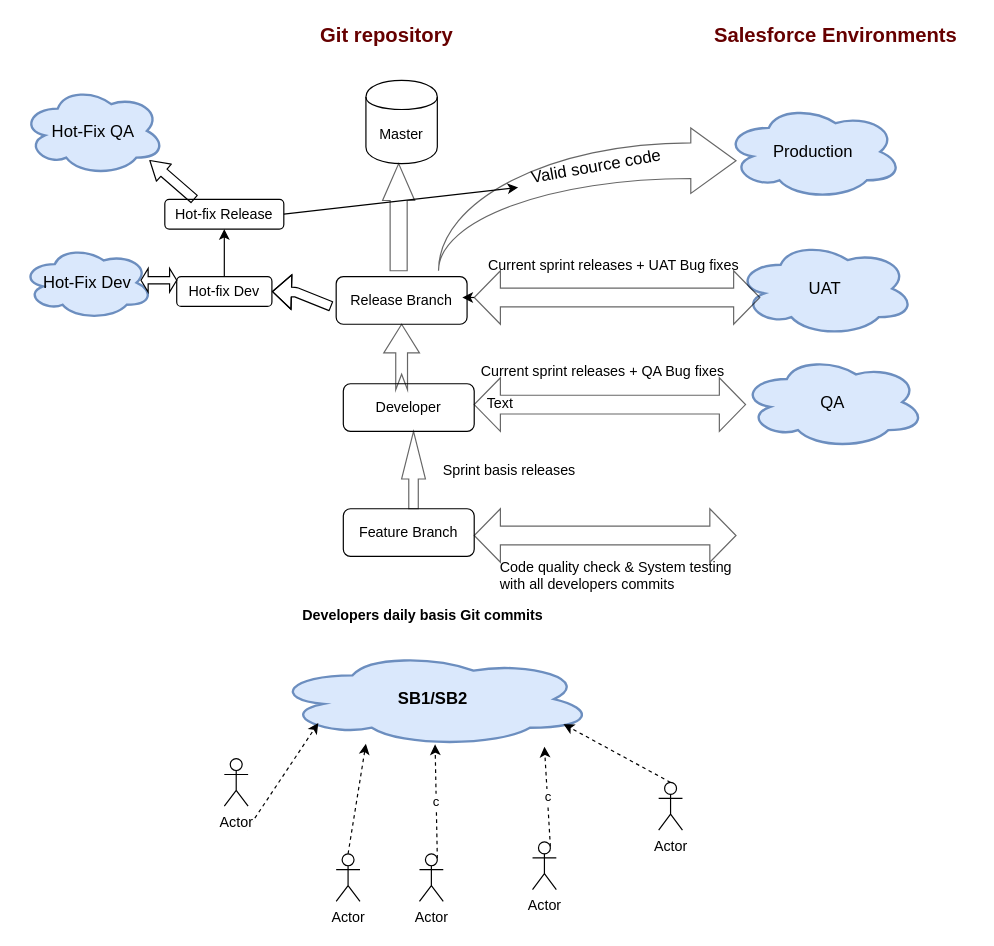
Earlier version of the draw.io diagram config/Current_Development.drawio (RatnaKumarMukiri/WILEY-PLM). Source tidied: cells renumbered, new cells numbered last; positions are measured from the earlier drawing's top-left corner, leaving out a move shared by most shapes. Both pictures are drawn from the tidied source at 119%, with x=0, y=0 at pixel (21, 20).
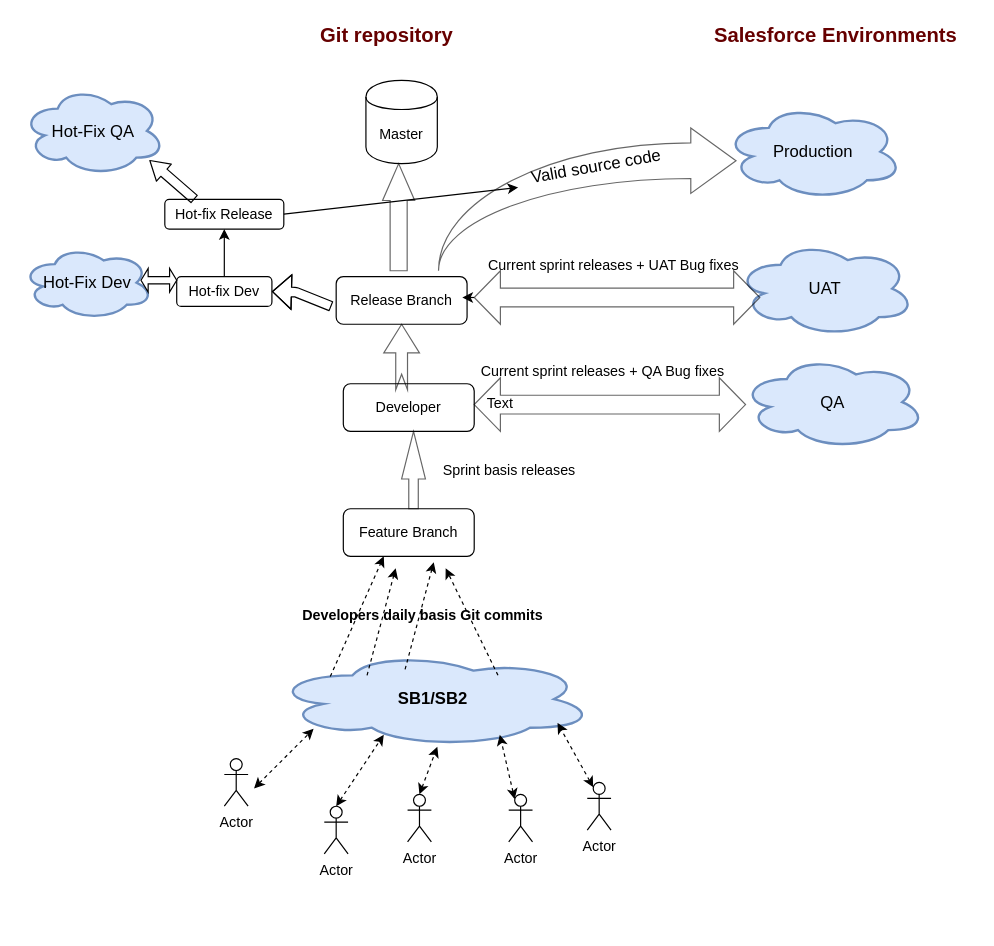
After the change.

The change refers to these unchanged cells:
```xml
<mxCell id="24" value="&lt;b&gt;SB1/SB2&lt;/b&gt;" style="ellipse;shape=cloud;strokeWidth=2;fontSize=14;whiteSpace=wrap;html=1;align=center;fillColor=#dae8fc;strokeColor=#6c8ebf;" parent="1" vertex="1">
  <mxGeometry x="210" y="530" width="271" height="80" as="geometry" />
</mxCell>
```

The edit, as a diff of the source:
```diff
@@
-    <mxCell id="25" style="html=1;shadow=0;dashed=0;align=center;verticalAlign=middle;shape=mxgraph.arrows2.twoWayArrow;dy=0.65;dx=22;rounded=0;strokeWidth=1;fillColor=none;opacity=60;" parent="1" vertex="1">
-      <mxGeometry x="380" y="410" width="220" height="45" as="geometry" />
-    </mxCell>
-    <mxCell id="26" value="Code quality check &amp;amp; System testing &lt;br&gt;with all developers commits" style="text;html=1;align=left;verticalAlign=top;spacingTop=-4;" parent="1" vertex="1">
-      <mxGeometry x="400" y="450" width="210" height="30" as="geometry" />
-    </mxCell>
@@
-    <mxCell id="36" style="endArrow=classic;html=1;entryX=0;entryY=0.75;entryDx=0;entryDy=0;dashed=1;" parent="1" edge="1">
-      <mxGeometry relative="1" as="geometry">
-        <mxPoint x="189" y="680" as="sourcePoint" />
-        <mxPoint x="249" y="590" as="targetPoint" />
-      </mxGeometry>
-    </mxCell>
-    <mxCell id="37" style="endArrow=classic;html=1;entryX=0;entryY=0.75;entryDx=0;entryDy=0;dashed=1;exitX=0.5;exitY=0;exitDx=0;exitDy=0;exitPerimeter=0;" parent="1" edge="1" source="41">
-      <mxGeometry relative="1" as="geometry">
-        <mxPoint x="289" y="607.5" as="targetPoint" />
-      </mxGeometry>
-    </mxCell>
-    <mxCell id="38" value="c" style="endArrow=classic;html=1;dashed=1;exitX=0.75;exitY=0.1;exitDx=0;exitDy=0;exitPerimeter=0;" parent="1" edge="1" source="43">
-      <mxGeometry relative="1" as="geometry">
-        <mxPoint x="439" y="610" as="targetPoint" />
-      </mxGeometry>
-    </mxCell>
-    <mxCell id="39" style="endArrow=classic;html=1;dashed=1;exitX=0.2;exitY=0.2;exitDx=0;exitDy=0;exitPerimeter=0;" parent="1" edge="1">
-      <mxGeometry relative="1" as="geometry">
-        <mxPoint x="545" y="640" as="sourcePoint" />
-        <mxPoint x="455" y="591" as="targetPoint" />
-      </mxGeometry>
-    </mxCell>
@@
     <mxCell id="41" value="Actor" style="shape=umlActor;verticalLabelPosition=bottom;labelBackgroundColor=#ffffff;verticalAlign=top;html=1;outlineConnect=0;" parent="1" vertex="1">
-      <mxGeometry x="264" y="700" width="20" height="40" as="geometry" />
+      <mxGeometry x="254" y="660" width="20" height="40" as="geometry" />
     </mxCell>
     <mxCell id="42" value="Actor" style="shape=umlActor;verticalLabelPosition=bottom;labelBackgroundColor=#ffffff;verticalAlign=top;html=1;outlineConnect=0;" parent="1" vertex="1">
-      <mxGeometry x="334" y="700" width="20" height="40" as="geometry" />
+      <mxGeometry x="324" y="650" width="20" height="40" as="geometry" />
     </mxCell>
     <mxCell id="43" value="Actor" style="shape=umlActor;verticalLabelPosition=bottom;labelBackgroundColor=#ffffff;verticalAlign=top;html=1;outlineConnect=0;" parent="1" vertex="1">
-      <mxGeometry x="429" y="690" width="20" height="40" as="geometry" />
+      <mxGeometry x="409" y="650" width="20" height="40" as="geometry" />
     </mxCell>
     <mxCell id="44" value="Actor" style="shape=umlActor;verticalLabelPosition=bottom;labelBackgroundColor=#ffffff;verticalAlign=top;html=1;outlineConnect=0;" parent="1" vertex="1">
-      <mxGeometry x="535" y="640" width="20" height="40" as="geometry" />
+      <mxGeometry x="475" y="640" width="20" height="40" as="geometry" />
     </mxCell>
-    <mxCell id="45" value="c" style="endArrow=classic;html=1;dashed=1;exitX=0.75;exitY=0.1;exitDx=0;exitDy=0;exitPerimeter=0;entryX=0.506;entryY=0.975;entryDx=0;entryDy=0;entryPerimeter=0;" parent="1" edge="1" source="42" target="24">
-      <mxGeometry relative="1" as="geometry" />
-    </mxCell>
+    <mxCell id="46" style="endArrow=classic;html=1;entryX=0;entryY=0.75;entryDx=0;entryDy=0;dashed=1;exitX=0.181;exitY=0.263;exitDx=0;exitDy=0;exitPerimeter=0;" parent="1" edge="1" source="24">
+      <mxGeometry relative="1" as="geometry">
+        <mxPoint x="304" y="450" as="targetPoint" />
+      </mxGeometry>
+    </mxCell>
+    <mxCell id="47" style="endArrow=classic;html=1;entryX=0;entryY=0.75;entryDx=0;entryDy=0;dashed=1;exitX=0.295;exitY=0.25;exitDx=0;exitDy=0;exitPerimeter=0;" parent="1" edge="1" source="24">
+      <mxGeometry relative="1" as="geometry">
+        <mxPoint x="314" y="460" as="targetPoint" />
+      </mxGeometry>
+    </mxCell>
+    <mxCell id="48" style="endArrow=classic;html=1;entryX=0;entryY=0.75;entryDx=0;entryDy=0;dashed=1;exitX=0.295;exitY=0.25;exitDx=0;exitDy=0;exitPerimeter=0;" parent="1" edge="1">
+      <mxGeometry relative="1" as="geometry">
+        <mxPoint x="321.9" y="545" as="sourcePoint" />
+        <mxPoint x="346" y="455" as="targetPoint" />
+      </mxGeometry>
+    </mxCell>
+    <mxCell id="49" style="endArrow=classic;html=1;dashed=1;exitX=0.701;exitY=0.25;exitDx=0;exitDy=0;exitPerimeter=0;" parent="1" edge="1" source="24">
+      <mxGeometry relative="1" as="geometry">
+        <mxPoint x="356" y="460" as="targetPoint" />
+      </mxGeometry>
+    </mxCell>
+    <mxCell id="50" style="endArrow=classic;startArrow=classic;html=1;dashed=1;" parent="1" edge="1">
+      <mxGeometry relative="1" as="geometry">
+        <mxPoint x="195" y="645" as="sourcePoint" />
+        <mxPoint x="245" y="595" as="targetPoint" />
+      </mxGeometry>
+    </mxCell>
+    <mxCell id="51" style="endArrow=classic;startArrow=classic;html=1;dashed=1;exitX=0.5;exitY=0;exitDx=0;exitDy=0;exitPerimeter=0;" parent="1" edge="1" source="41">
+      <mxGeometry relative="1" as="geometry">
+        <mxPoint x="304" y="600" as="targetPoint" />
+      </mxGeometry>
+    </mxCell>
+    <mxCell id="52" style="endArrow=classic;startArrow=classic;html=1;dashed=1;exitX=0.25;exitY=0.1;exitDx=0;exitDy=0;exitPerimeter=0;" parent="1" edge="1" source="43">
+      <mxGeometry relative="1" as="geometry">
+        <mxPoint x="401.5" y="600" as="targetPoint" />
+      </mxGeometry>
+    </mxCell>
+    <mxCell id="53" style="endArrow=classic;startArrow=classic;html=1;dashed=1;exitX=0.25;exitY=0.1;exitDx=0;exitDy=0;exitPerimeter=0;" parent="1" edge="1" source="44">
+      <mxGeometry relative="1" as="geometry">
+        <mxPoint x="450" y="590" as="targetPoint" />
+      </mxGeometry>
+    </mxCell>
+    <mxCell id="54" style="endArrow=classic;startArrow=classic;html=1;dashed=1;exitX=0.5;exitY=0;exitDx=0;exitDy=0;exitPerimeter=0;" parent="1" edge="1" source="42">
+      <mxGeometry relative="1" as="geometry">
+        <mxPoint x="349" y="610" as="targetPoint" />
+      </mxGeometry>
+    </mxCell>
```
